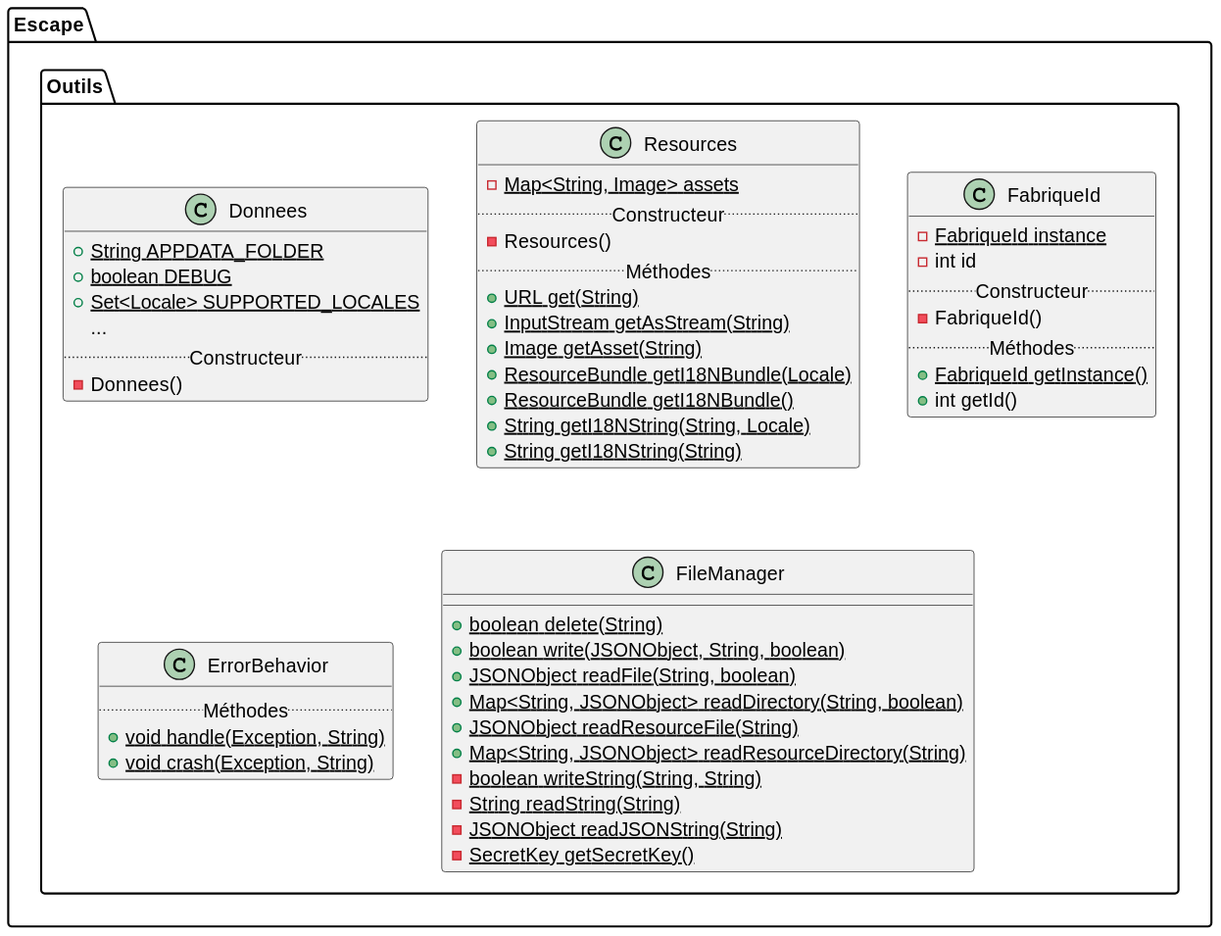
The PlantUML diagram docs/uml/class-diagram-outils.svg in victord54/escape, before a commit.
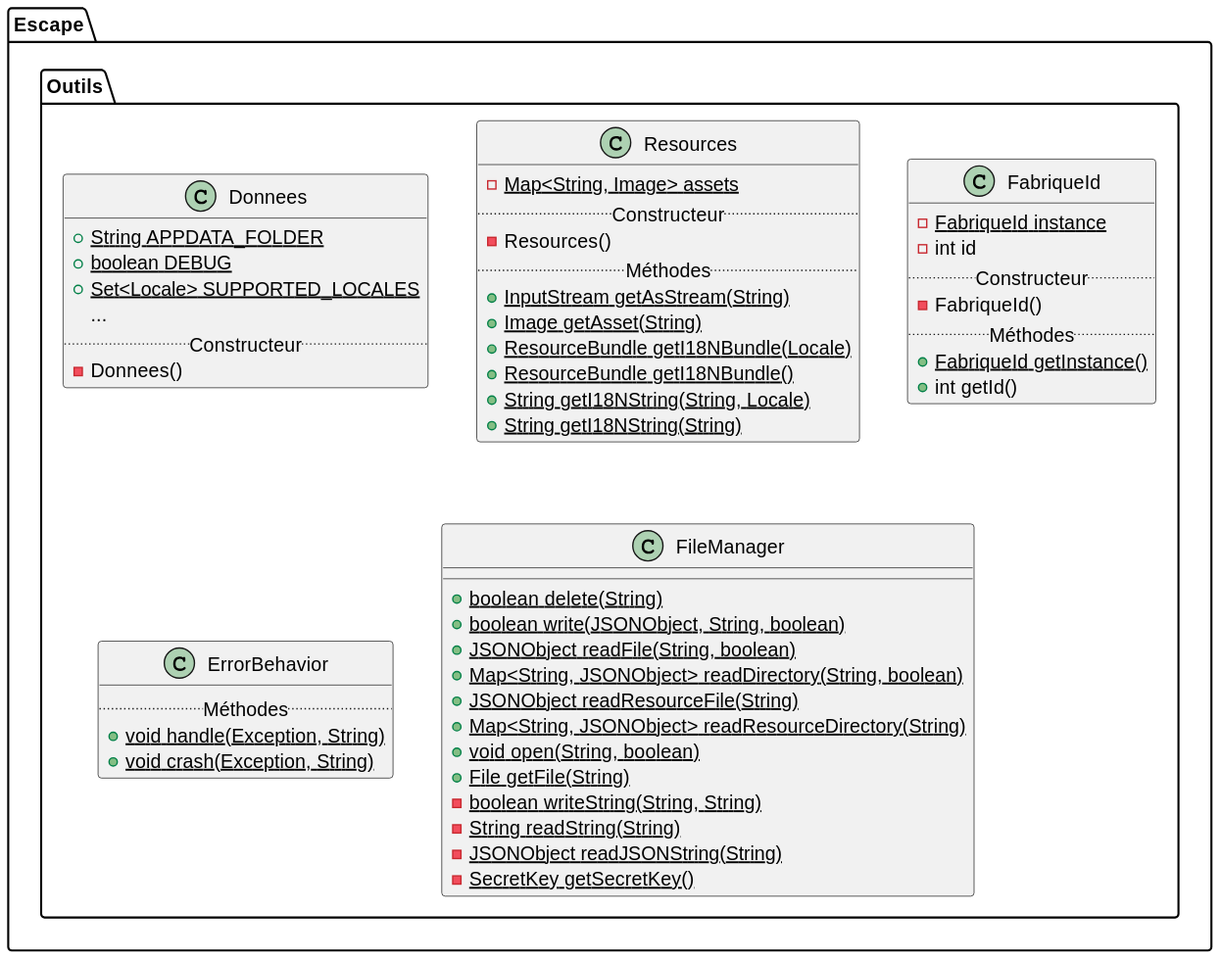
After the change.

What changed in the source:
```diff
@@ -15,7 +15,6 @@
             ..Constructeur..
             - Resources()
             ..Méthodes..
-            + {static} URL get(String)
             + {static} InputStream getAsStream(String)
             + {static} Image getAsset(String)
             + {static} ResourceBundle getI18NBundle(Locale)
@@ -48,6 +47,8 @@
             + {static} Map<String, JSONObject> readDirectory(String, boolean)
             + {static} JSONObject readResourceFile(String)
             + {static} Map<String, JSONObject> readResourceDirectory(String)
+            + {static} void open(String, boolean)
+            + {static} File getFile(String)
             - {static} boolean writeString(String, String)
             - {static} String readString(String)
             - {static} JSONObject readJSONString(String)
```
